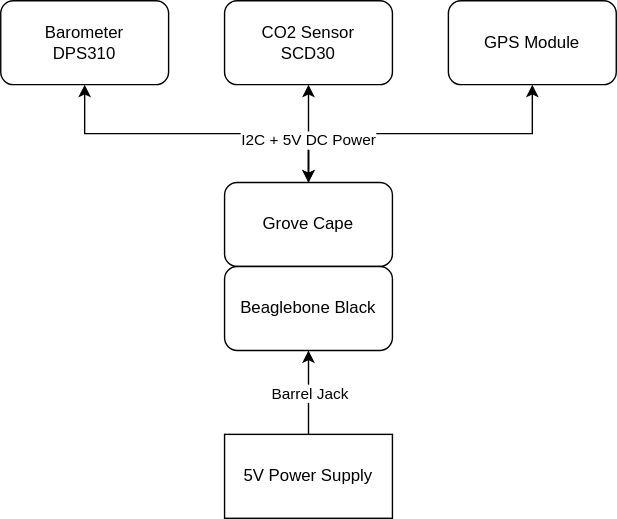
Ribbit-Network/ribbit-network-frog-hardware keeps this draw.io diagram as hardware/v2/frog_sensor.drawio.svg. Above is the earlier version. Source tidied: cells renumbered, new cells last; positions are measured from the earlier drawing's top-left corner, leaving out a move shared by most shapes.
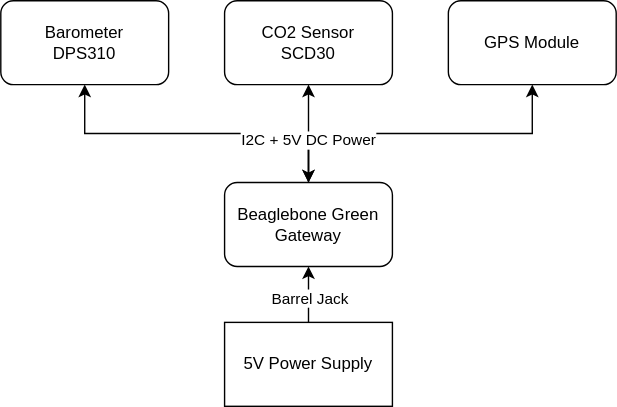
Later version of the same file.

Commit message:
#62 Updated Block Diagram for Beaglebone Green Gateway

What changed in the source:
```diff
@@ -8,7 +8,7 @@
     <mxCell id="3" style="edgeStyle=orthogonalEdgeStyle;html=1;exitX=0.5;exitY=0;exitDx=0;exitDy=0;entryX=0.5;entryY=1;entryDx=0;entryDy=0;jumpSize=0;rounded=0;" parent="1" edge="1" source="4" target="7">
       <mxGeometry relative="1" as="geometry" />
     </mxCell>
-    <mxCell id="4" value="Grove Cape" style="rounded=1;whiteSpace=wrap;html=1;" parent="1" vertex="1">
+    <mxCell id="4" value="Beaglebone Green Gateway" style="rounded=1;whiteSpace=wrap;html=1;" parent="1" vertex="1">
       <mxGeometry x="160" y="130" width="120" height="60" as="geometry" />
     </mxCell>
     <mxCell id="5" value="CO2 Sensor&lt;br&gt;SCD30" style="rounded=1;whiteSpace=wrap;html=1;" parent="1" vertex="1">
@@ -20,7 +20,7 @@
     <mxCell id="7" value="GPS Module" style="rounded=1;whiteSpace=wrap;html=1;" parent="1" vertex="1">
       <mxGeometry x="320" width="120" height="60" as="geometry" />
     </mxCell>
-    <mxCell id="8" style="edgeStyle=orthogonalEdgeStyle;rounded=0;jumpSize=0;html=1;exitX=0.5;exitY=0;exitDx=0;exitDy=0;entryX=0.5;entryY=1;entryDx=0;entryDy=0;" parent="1" edge="1" source="10" target="12">
+    <mxCell id="8" style="edgeStyle=orthogonalEdgeStyle;rounded=0;jumpSize=0;html=1;exitX=0.5;exitY=0;exitDx=0;exitDy=0;entryX=0.5;entryY=1;entryDx=0;entryDy=0;" parent="1" edge="1" source="10" target="4">
       <mxGeometry relative="1" as="geometry" />
     </mxCell>
     <mxCell id="9" value="Barrel Jack" style="edgeLabel;html=1;align=center;verticalAlign=middle;" parent="8" vertex="1">
@@ -29,13 +29,10 @@
       </mxGeometry>
     </mxCell>
     <mxCell id="10" value="5V Power Supply" style="rounded=0;whiteSpace=wrap;html=1;" parent="1" vertex="1">
-      <mxGeometry x="160" y="310" width="120" height="60" as="geometry" />
+      <mxGeometry x="160" y="230" width="120" height="60" as="geometry" />
     </mxCell>
     <mxCell id="11" value="I2C + 5V DC Power" style="endArrow=classic;startArrow=classic;html=1;entryX=0.5;entryY=1;entryDx=0;entryDy=0;exitX=0.5;exitY=0;exitDx=0;exitDy=0;" parent="1" edge="1" source="4" target="5">
       <mxGeometry x="-0.14" relative="1" as="geometry" />
     </mxCell>
-    <mxCell id="12" value="Beaglebone Black" style="rounded=1;whiteSpace=wrap;html=1;" parent="1" vertex="1">
-      <mxGeometry x="160" y="190" width="120" height="60" as="geometry" />
-    </mxCell>
   </root>
 </mxGraphModel>
```
